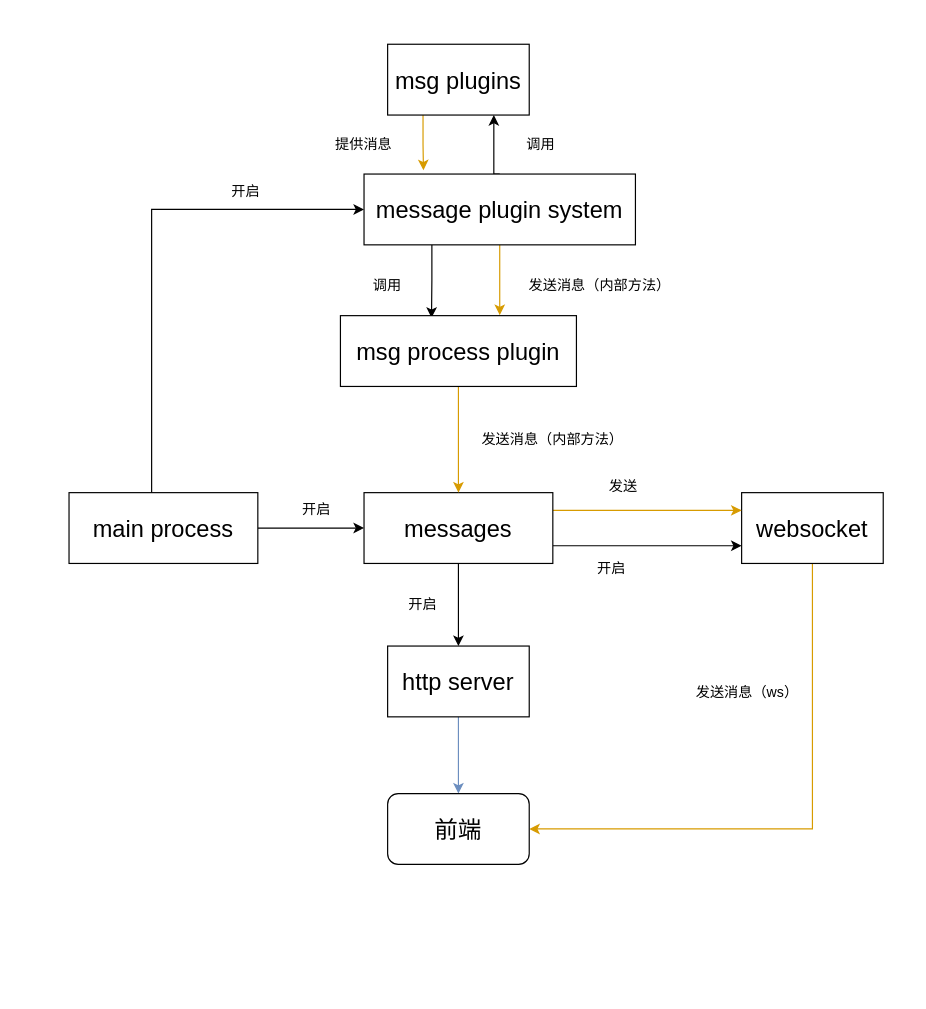
The draw.io diagram docs/design.drawio in northgreen/ictye-live-dm, before the edit. Source tidied: cells renumbered, new cells numbered last; positions are measured from the earlier drawing's top-left corner, leaving out a move shared by most shapes. Both pictures are drawn from the tidied source at 118%, with x=0, y=0 at pixel (68, 44).
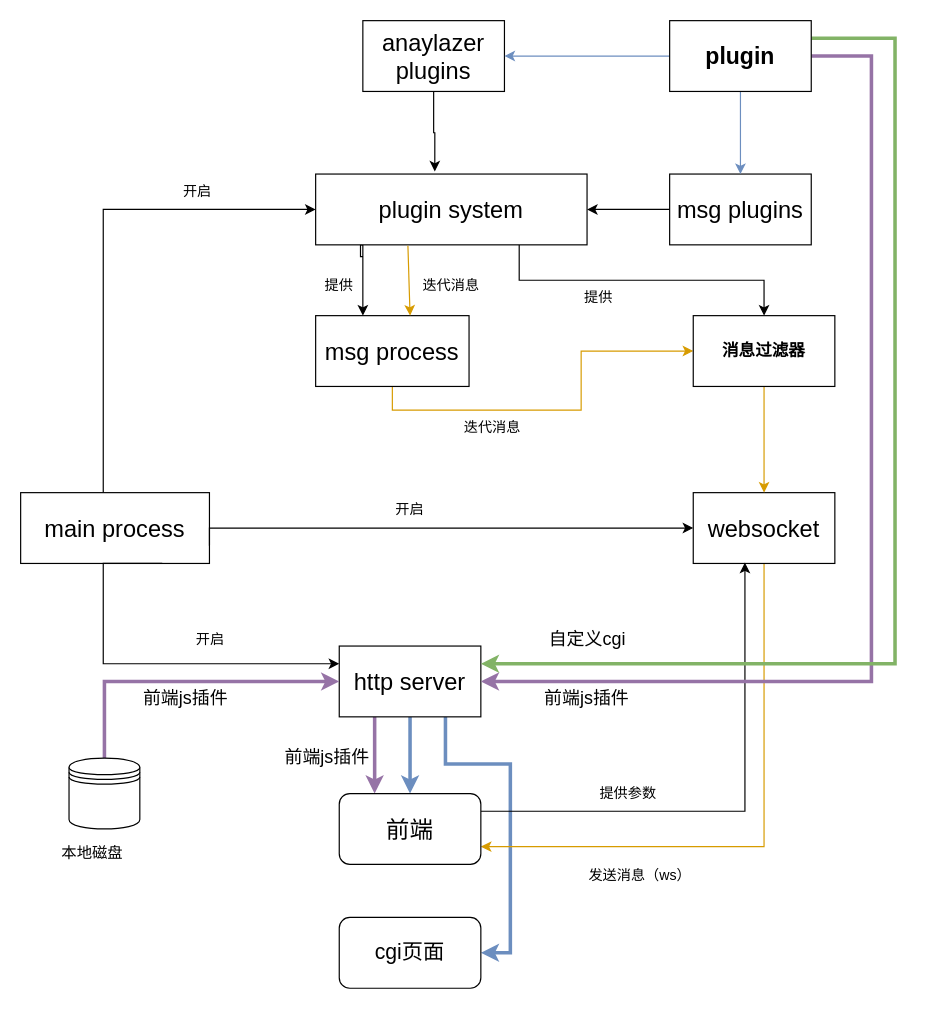
After the change.

What changed in the source:
```diff
@@
     <mxCell id="2" style="edgeStyle=orthogonalEdgeStyle;rounded=0;jettySize=auto;html=1;entryX=0;entryY=0.5;entryDx=0;entryDy=0;" parent="1" edge="1" source="4" target="12">
       <mxGeometry relative="1" as="geometry">
         <Array as="points">
-          <mxPoint x="70" y="140" />
+          <mxPoint x="29" y="140" />
         </Array>
       </mxGeometry>
     </mxCell>
-    <mxCell id="3" style="edgeStyle=orthogonalEdgeStyle;rounded=0;jettySize=auto;html=1;entryX=0;entryY=0.5;entryDx=0;entryDy=0;" parent="1" edge="1" source="4" target="16">
-      <mxGeometry relative="1" as="geometry" />
-    </mxCell>
     <mxCell id="4" value="&lt;font style=&quot;font-size: 20px;&quot;&gt;main process&lt;/font&gt;" style="rounded=0;whiteSpace=wrap;html=1;" parent="1" vertex="1">
-      <mxGeometry y="380" width="160" height="60" as="geometry" />
+      <mxGeometry x="-41" y="380" width="160" height="60" as="geometry" />
     </mxCell>
-    <mxCell id="5" style="edgeStyle=orthogonalEdgeStyle;rounded=0;jettySize=auto;html=1;fillColor=#dae8fc;strokeColor=#6c8ebf;" parent="1" edge="1" source="6" target="25">
+    <mxCell id="5" style="edgeStyle=orthogonalEdgeStyle;rounded=0;jettySize=auto;html=1;fillColor=#dae8fc;strokeColor=#6c8ebf;strokeWidth=3;" parent="1" edge="1" source="6" target="25">
       <mxGeometry relative="1" as="geometry" />
     </mxCell>
+    <mxCell id="33" style="edgeStyle=orthogonalEdgeStyle;rounded=0;jettySize=auto;html=1;exitX=0.25;exitY=1;exitDx=0;exitDy=0;entryX=0.25;entryY=0;entryDx=0;entryDy=0;strokeWidth=3;fontSize=13;fillColor=#e1d5e7;strokeColor=#9673a6;" parent="1" edge="1" source="6" target="25">
+      <mxGeometry relative="1" as="geometry" />
+    </mxCell>
+    <mxCell id="34" style="edgeStyle=orthogonalEdgeStyle;rounded=0;jettySize=auto;html=1;exitX=0.75;exitY=1;exitDx=0;exitDy=0;entryX=1;entryY=0.5;entryDx=0;entryDy=0;strokeWidth=3;fontSize=13;fillColor=#dae8fc;strokeColor=#6c8ebf;" parent="1" edge="1" source="6" target="55">
+      <mxGeometry relative="1" as="geometry">
+        <Array as="points">
+          <mxPoint x="319" y="610" />
+          <mxPoint x="374" y="610" />
+          <mxPoint x="374" y="770" />
+        </Array>
+      </mxGeometry>
+    </mxCell>
     <mxCell id="6" value="&lt;font style=&quot;font-size: 20px;&quot;&gt;http server&lt;/font&gt;" style="rounded=0;whiteSpace=wrap;html=1;" parent="1" vertex="1">
-      <mxGeometry x="270" y="510" width="120" height="60" as="geometry" />
+      <mxGeometry x="229" y="510" width="120" height="60" as="geometry" />
     </mxCell>
-    <mxCell id="7" style="edgeStyle=orthogonalEdgeStyle;rounded=0;jettySize=auto;html=1;entryX=1;entryY=0.5;entryDx=0;entryDy=0;fillColor=#ffe6cc;strokeColor=#d79b00;" parent="1" edge="1" source="8" target="25">
+    <mxCell id="7" style="edgeStyle=orthogonalEdgeStyle;rounded=0;jettySize=auto;html=1;entryX=1;entryY=0.75;entryDx=0;entryDy=0;fillColor=#ffe6cc;strokeColor=#d79b00;" parent="1" edge="1" source="8" target="25">
       <mxGeometry relative="1" as="geometry">
         <Array as="points">
-          <mxPoint x="630" y="665" />
+          <mxPoint x="589" y="680" />
         </Array>
       </mxGeometry>
     </mxCell>
     <mxCell id="8" value="&lt;font style=&quot;font-size: 20px;&quot;&gt;websocket&lt;/font&gt;" style="rounded=0;whiteSpace=wrap;html=1;" parent="1" vertex="1">
-      <mxGeometry x="570" y="380" width="120" height="60" as="geometry" />
+      <mxGeometry x="529" y="380" width="120" height="60" as="geometry" />
     </mxCell>
-    <mxCell id="9" style="edgeStyle=orthogonalEdgeStyle;rounded=0;jettySize=auto;html=1;exitX=0.5;exitY=0;exitDx=0;exitDy=0;entryX=0.75;entryY=1;entryDx=0;entryDy=0;" parent="1" edge="1" source="12" target="23">
-      <mxGeometry relative="1" as="geometry">
-        <Array as="points">
-          <mxPoint x="360" y="110" />
-        </Array>
-      </mxGeometry>
-    </mxCell>
-    <mxCell id="10" style="edgeStyle=orthogonalEdgeStyle;rounded=0;jettySize=auto;html=1;exitX=0.25;exitY=1;exitDx=0;exitDy=0;entryX=0.386;entryY=0.031;entryDx=0;entryDy=0;entryPerimeter=0;" parent="1" edge="1" source="12" target="30">
-      <mxGeometry relative="1" as="geometry" />
+    <mxCell id="10" style="edgeStyle=orthogonalEdgeStyle;rounded=0;jettySize=auto;html=1;" parent="1" edge="1" target="30">
+      <mxGeometry relative="1" as="geometry">
+        <mxPoint x="249" y="180" as="sourcePoint" />
+        <Array as="points">
+          <mxPoint x="247" y="170" />
+          <mxPoint x="249" y="170" />
+        </Array>
+      </mxGeometry>
     </mxCell>
-    <mxCell id="11" style="edgeStyle=orthogonalEdgeStyle;rounded=0;jettySize=auto;html=1;exitX=0.5;exitY=1;exitDx=0;exitDy=0;entryX=0.675;entryY=-0.007;entryDx=0;entryDy=0;entryPerimeter=0;fillColor=#ffe6cc;strokeColor=#d79b00;" parent="1" edge="1" source="12" target="30">
-      <mxGeometry relative="1" as="geometry" />
-    </mxCell>
+    <mxCell id="35" style="edgeStyle=orthogonalEdgeStyle;rounded=0;jettySize=auto;html=1;exitX=0.75;exitY=1;exitDx=0;exitDy=0;fontSize=13;" parent="1" edge="1" source="12" target="40">
+      <mxGeometry relative="1" as="geometry" />
+    </mxCell>
-    <mxCell id="12" value="&lt;font style=&quot;font-size: 20px;&quot;&gt;message plugin system&lt;/font&gt;" style="rounded=0;whiteSpace=wrap;html=1;" parent="1" vertex="1">
-      <mxGeometry x="250" y="110" width="230" height="60" as="geometry" />
+    <mxCell id="12" value="&lt;font style=&quot;font-size: 20px;&quot;&gt;plugin system&lt;/font&gt;" style="rounded=0;whiteSpace=wrap;html=1;" parent="1" vertex="1">
+      <mxGeometry x="209" y="110" width="230" height="60" as="geometry" />
     </mxCell>
-    <mxCell id="13" style="edgeStyle=orthogonalEdgeStyle;rounded=0;jettySize=auto;html=1;" parent="1" edge="1" source="16" target="6">
-      <mxGeometry relative="1" as="geometry" />
+    <mxCell id="13" style="edgeStyle=orthogonalEdgeStyle;rounded=0;jettySize=auto;html=1;exitX=0.75;exitY=1;exitDx=0;exitDy=0;entryX=0;entryY=0.25;entryDx=0;entryDy=0;" parent="1" edge="1" source="4" target="6">
+      <mxGeometry relative="1" as="geometry">
+        <Array as="points">
+          <mxPoint x="29" y="440" />
+          <mxPoint x="29" y="525" />
+        </Array>
+      </mxGeometry>
     </mxCell>
-    <mxCell id="14" style="edgeStyle=orthogonalEdgeStyle;rounded=0;jettySize=auto;html=1;entryX=0;entryY=0.75;entryDx=0;entryDy=0;exitX=1;exitY=0.75;exitDx=0;exitDy=0;" parent="1" edge="1" source="16" target="8">
+    <mxCell id="14" style="edgeStyle=orthogonalEdgeStyle;rounded=0;jettySize=auto;html=1;exitX=1;exitY=0.75;exitDx=0;exitDy=0;" parent="1" edge="1" source="4">
       <mxGeometry relative="1" as="geometry">
+        <mxPoint x="529" y="410" as="targetPoint" />
         <Array as="points">
-          <mxPoint x="500" y="425" />
-          <mxPoint x="500" y="425" />
+          <mxPoint x="119" y="410" />
+          <mxPoint x="529" y="410" />
         </Array>
       </mxGeometry>
     </mxCell>
-    <mxCell id="15" style="edgeStyle=orthogonalEdgeStyle;rounded=0;jettySize=auto;html=1;exitX=1;exitY=0.25;exitDx=0;exitDy=0;entryX=0;entryY=0.25;entryDx=0;entryDy=0;fillColor=#ffe6cc;strokeColor=#d79b00;" parent="1" edge="1" source="16" target="8">
-      <mxGeometry relative="1" as="geometry" />
-    </mxCell>
-    <mxCell id="16" value="&lt;font style=&quot;font-size: 20px;&quot;&gt;messages&lt;/font&gt;" style="rounded=0;whiteSpace=wrap;html=1;" parent="1" vertex="1">
-      <mxGeometry x="250" y="380" width="160" height="60" as="geometry" />
-    </mxCell>
     <mxCell id="17" value="开启" style="text;html=1;strokeColor=none;fillColor=none;align=center;verticalAlign=middle;whiteSpace=wrap;rounded=0;" parent="1" vertex="1">
-      <mxGeometry x="120" y="110" width="60" height="30" as="geometry" />
+      <mxGeometry x="79" y="110" width="60" height="30" as="geometry" />
     </mxCell>
-    <mxCell id="18" value="开启" style="text;html=1;strokeColor=none;fillColor=none;align=center;verticalAlign=middle;whiteSpace=wrap;rounded=0;" parent="1" vertex="1">
-      <mxGeometry x="180" y="380" width="60" height="30" as="geometry" />
-    </mxCell>
     <mxCell id="19" value="开启" style="text;html=1;strokeColor=none;fillColor=none;align=center;verticalAlign=middle;whiteSpace=wrap;rounded=0;" parent="1" vertex="1">
-      <mxGeometry x="270" y="460" width="60" height="30" as="geometry" />
+      <mxGeometry x="90" y="490" width="60" height="30" as="geometry" />
     </mxCell>
     <mxCell id="20" value="开启" style="text;html=1;strokeColor=none;fillColor=none;align=center;verticalAlign=middle;whiteSpace=wrap;rounded=0;" parent="1" vertex="1">
-      <mxGeometry x="430" y="430" width="60" height="30" as="geometry" />
+      <mxGeometry x="259" y="380" width="60" height="30" as="geometry" />
     </mxCell>
-    <mxCell id="21" value="发送消息（内部方法）" style="text;html=1;strokeColor=none;fillColor=none;align=center;verticalAlign=middle;whiteSpace=wrap;rounded=0;" parent="1" vertex="1">
-      <mxGeometry x="380" y="190" width="140" height="30" as="geometry" />
-    </mxCell>
-    <mxCell id="22" style="edgeStyle=orthogonalEdgeStyle;rounded=0;jettySize=auto;html=1;exitX=0.25;exitY=1;exitDx=0;exitDy=0;fillColor=#ffe6cc;strokeColor=#d79b00;entryX=0.219;entryY=-0.052;entryDx=0;entryDy=0;entryPerimeter=0;" parent="1" edge="1" source="23" target="12">
+    <mxCell id="22" style="edgeStyle=orthogonalEdgeStyle;rounded=0;jettySize=auto;html=1;exitX=0;exitY=0.5;exitDx=0;exitDy=0;entryX=1;entryY=0.5;entryDx=0;entryDy=0;" parent="1" edge="1" source="23" target="12">
       <mxGeometry relative="1" as="geometry" />
     </mxCell>
     <mxCell id="23" value="&lt;font style=&quot;font-size: 20px;&quot;&gt;msg plugins&lt;/font&gt;" style="rounded=0;whiteSpace=wrap;html=1;" parent="1" vertex="1">
-      <mxGeometry x="270" width="120" height="60" as="geometry" />
+      <mxGeometry x="509" y="110" width="120" height="60" as="geometry" />
     </mxCell>
-    <mxCell id="24" value="调用" style="text;html=1;strokeColor=none;fillColor=none;align=center;verticalAlign=middle;whiteSpace=wrap;rounded=0;" parent="1" vertex="1">
-      <mxGeometry x="370" y="70" width="60" height="30" as="geometry" />
-    </mxCell>
+    <mxCell id="36" style="edgeStyle=orthogonalEdgeStyle;rounded=0;jettySize=auto;html=1;exitX=1;exitY=0.25;exitDx=0;exitDy=0;entryX=0.365;entryY=0.988;entryDx=0;entryDy=0;entryPerimeter=0;" parent="1" edge="1" source="25" target="8">
+      <mxGeometry relative="1" as="geometry" />
+    </mxCell>
     <mxCell id="25" value="&lt;font style=&quot;font-size: 20px;&quot;&gt;前端&lt;/font&gt;" style="rounded=1;whiteSpace=wrap;html=1;" parent="1" vertex="1">
-      <mxGeometry x="270" y="635" width="120" height="60" as="geometry" />
+      <mxGeometry x="229" y="635" width="120" height="60" as="geometry" />
     </mxCell>
     <mxCell id="26" value="发送消息（ws）" style="text;html=1;strokeColor=none;fillColor=none;align=center;verticalAlign=middle;whiteSpace=wrap;rounded=0;" parent="1" vertex="1">
-      <mxGeometry x="530" y="535" width="90" height="30" as="geometry" />
+      <mxGeometry x="439" y="690" width="90" height="30" as="geometry" />
     </mxCell>
-    <mxCell id="27" value="提供消息" style="text;html=1;strokeColor=none;fillColor=none;align=center;verticalAlign=middle;whiteSpace=wrap;rounded=0;" parent="1" vertex="1">
-      <mxGeometry x="220" y="70" width="60" height="30" as="geometry" />
+    <mxCell id="27" value="迭代消息" style="text;html=1;strokeColor=none;fillColor=none;align=center;verticalAlign=middle;whiteSpace=wrap;rounded=0;" parent="1" vertex="1">
+      <mxGeometry x="294" y="190" width="60" height="30" as="geometry" />
     </mxCell>
-    <mxCell id="28" value="发送" style="text;html=1;strokeColor=none;fillColor=none;align=center;verticalAlign=middle;whiteSpace=wrap;rounded=0;" parent="1" vertex="1">
-      <mxGeometry x="440" y="360" width="60" height="30" as="geometry" />
-    </mxCell>
-    <mxCell id="29" style="edgeStyle=orthogonalEdgeStyle;rounded=0;jettySize=auto;html=1;exitX=0.5;exitY=1;exitDx=0;exitDy=0;fillColor=#ffe6cc;strokeColor=#d79b00;" parent="1" edge="1" source="30" target="16">
+    <mxCell id="29" style="edgeStyle=orthogonalEdgeStyle;rounded=0;jettySize=auto;html=1;exitX=0.5;exitY=1;exitDx=0;exitDy=0;fillColor=#ffe6cc;strokeColor=#d79b00;entryX=0;entryY=0.5;entryDx=0;entryDy=0;" parent="1" edge="1" source="30" target="40">
       <mxGeometry relative="1" as="geometry" />
     </mxCell>
-    <mxCell id="30" value="&lt;font style=&quot;font-size: 20px;&quot;&gt;msg process plugin&lt;/font&gt;" style="rounded=0;whiteSpace=wrap;html=1;" parent="1" vertex="1">
-      <mxGeometry x="230" y="230" width="200" height="60" as="geometry" />
+    <mxCell id="30" value="&lt;font style=&quot;font-size: 20px;&quot;&gt;msg process&lt;/font&gt;" style="rounded=0;whiteSpace=wrap;html=1;" parent="1" vertex="1">
+      <mxGeometry x="209" y="230" width="130" height="60" as="geometry" />
     </mxCell>
-    <mxCell id="31" value="调用" style="text;html=1;strokeColor=none;fillColor=none;align=center;verticalAlign=middle;whiteSpace=wrap;rounded=0;" parent="1" vertex="1">
-      <mxGeometry x="240" y="190" width="60" height="30" as="geometry" />
+    <mxCell id="31" value="提供" style="text;html=1;strokeColor=none;fillColor=none;align=center;verticalAlign=middle;whiteSpace=wrap;rounded=0;" parent="1" vertex="1">
+      <mxGeometry x="199" y="190" width="60" height="30" as="geometry" />
     </mxCell>
-    <mxCell id="32" value="发送消息（内部方法）" style="text;html=1;strokeColor=none;fillColor=none;align=center;verticalAlign=middle;whiteSpace=wrap;rounded=0;" parent="1" vertex="1">
-      <mxGeometry x="340" y="320" width="140" height="30" as="geometry" />
+    <mxCell id="32" value="迭代消息" style="text;html=1;strokeColor=none;fillColor=none;align=center;verticalAlign=middle;whiteSpace=wrap;rounded=0;" parent="1" vertex="1">
+      <mxGeometry x="289" y="310" width="140" height="30" as="geometry" />
     </mxCell>
+    <mxCell id="37" value="提供参数" style="text;html=1;strokeColor=none;fillColor=none;align=center;verticalAlign=middle;whiteSpace=wrap;rounded=0;" parent="1" vertex="1">
+      <mxGeometry x="429" y="620" width="90" height="30" as="geometry" />
+    </mxCell>
+    <mxCell id="38" style="endArrow=classic;html=1;rounded=0;exitX=0.34;exitY=1.012;exitDx=0;exitDy=0;exitPerimeter=0;fillColor=#ffe6cc;strokeColor=#d79b00;" parent="1" edge="1" source="12">
+      <mxGeometry relative="1" as="geometry">
+        <mxPoint x="289" y="230" as="targetPoint" />
+      </mxGeometry>
+    </mxCell>
+    <mxCell id="39" style="edgeStyle=orthogonalEdgeStyle;rounded=0;jettySize=auto;html=1;exitX=0.5;exitY=1;exitDx=0;exitDy=0;entryX=0.5;entryY=0;entryDx=0;entryDy=0;fontSize=13;fillColor=#ffe6cc;strokeColor=#d79b00;" parent="1" edge="1" source="40" target="8">
+      <mxGeometry relative="1" as="geometry" />
+    </mxCell>
+    <mxCell id="40" value="&lt;h3&gt;消息过滤器&lt;/h3&gt;" style="rounded=0;whiteSpace=wrap;html=1;" parent="1" vertex="1">
+      <mxGeometry x="529" y="230" width="120" height="60" as="geometry" />
+    </mxCell>
+    <mxCell id="41" value="提供" style="text;html=1;strokeColor=none;fillColor=none;align=center;verticalAlign=middle;whiteSpace=wrap;rounded=0;" parent="1" vertex="1">
+      <mxGeometry x="419" y="200" width="60" height="30" as="geometry" />
+    </mxCell>
+    <mxCell id="42" style="edgeStyle=orthogonalEdgeStyle;rounded=0;jettySize=auto;html=1;exitX=0.5;exitY=1;exitDx=0;exitDy=0;entryX=0.439;entryY=-0.036;entryDx=0;entryDy=0;entryPerimeter=0;fontSize=13;" parent="1" edge="1" source="43" target="12">
+      <mxGeometry relative="1" as="geometry" />
+    </mxCell>
+    <mxCell id="43" value="&lt;font style=&quot;font-size: 20px;&quot;&gt;anaylazer plugins&lt;/font&gt;" style="rounded=0;whiteSpace=wrap;html=1;" parent="1" vertex="1">
+      <mxGeometry x="249" y="-20" width="120" height="60" as="geometry" />
+    </mxCell>
+    <mxCell id="44" style="edgeStyle=orthogonalEdgeStyle;rounded=0;jettySize=auto;html=1;exitX=0;exitY=0.5;exitDx=0;exitDy=0;entryX=1;entryY=0.5;entryDx=0;entryDy=0;fontSize=13;fillColor=#dae8fc;strokeColor=#6c8ebf;" parent="1" edge="1" source="48" target="43">
+      <mxGeometry relative="1" as="geometry" />
+    </mxCell>
+    <mxCell id="45" style="edgeStyle=orthogonalEdgeStyle;rounded=0;jettySize=auto;html=1;exitX=0.5;exitY=1;exitDx=0;exitDy=0;entryX=0.5;entryY=0;entryDx=0;entryDy=0;fontSize=13;fillColor=#dae8fc;strokeColor=#6c8ebf;" parent="1" edge="1" source="48" target="23">
+      <mxGeometry relative="1" as="geometry" />
+    </mxCell>
+    <mxCell id="46" style="edgeStyle=orthogonalEdgeStyle;rounded=0;jettySize=auto;html=1;exitX=1;exitY=0.5;exitDx=0;exitDy=0;entryX=1;entryY=0.5;entryDx=0;entryDy=0;fontSize=13;fillColor=#e1d5e7;strokeColor=#9673a6;strokeWidth=3;" parent="1" edge="1" source="48" target="6">
+      <mxGeometry relative="1" as="geometry">
+        <Array as="points">
+          <mxPoint x="680" y="10" />
+          <mxPoint x="680" y="540" />
+        </Array>
+      </mxGeometry>
+    </mxCell>
+    <mxCell id="47" style="edgeStyle=orthogonalEdgeStyle;rounded=0;jettySize=auto;html=1;exitX=1;exitY=0.25;exitDx=0;exitDy=0;entryX=1;entryY=0.25;entryDx=0;entryDy=0;strokeWidth=3;fontSize=13;fillColor=#d5e8d4;strokeColor=#82b366;" parent="1" edge="1" source="48" target="6">
+      <mxGeometry relative="1" as="geometry">
+        <Array as="points">
+          <mxPoint x="700" y="-5" />
+          <mxPoint x="700" y="525" />
+        </Array>
+      </mxGeometry>
+    </mxCell>
+    <mxCell id="48" value="&lt;h2&gt;plugin&lt;/h2&gt;" style="rounded=0;whiteSpace=wrap;html=1;fontSize=13;" parent="1" vertex="1">
+      <mxGeometry x="509" y="-20" width="120" height="60" as="geometry" />
+    </mxCell>
+    <mxCell id="49" value="&lt;h3&gt;&lt;span style=&quot;font-weight: 400;&quot;&gt;前端js插件&lt;/span&gt;&lt;/h3&gt;" style="text;html=1;strokeColor=none;fillColor=none;align=center;verticalAlign=middle;whiteSpace=wrap;rounded=0;fontSize=13;" parent="1" vertex="1">
+      <mxGeometry x="399" y="540" width="80" height="30" as="geometry" />
+    </mxCell>
+    <mxCell id="50" style="edgeStyle=orthogonalEdgeStyle;rounded=0;jettySize=auto;html=1;entryX=0;entryY=0.5;entryDx=0;entryDy=0;strokeWidth=3;fontSize=13;fillColor=#e1d5e7;strokeColor=#9673a6;exitX=0.5;exitY=0;exitDx=0;exitDy=0;" parent="1" edge="1" source="51" target="6">
+      <mxGeometry relative="1" as="geometry" />
+    </mxCell>
+    <mxCell id="51" style="shape=datastore;whiteSpace=wrap;html=1;fontSize=13;" parent="1" vertex="1">
+      <mxGeometry y="605" width="60" height="60" as="geometry" />
+    </mxCell>
+    <mxCell id="52" value="本地磁盘" style="text;html=1;strokeColor=none;fillColor=none;align=center;verticalAlign=middle;whiteSpace=wrap;rounded=0;fontSize=13;" parent="1" vertex="1">
+      <mxGeometry x="-10" y="670" width="60" height="30" as="geometry" />
+    </mxCell>
+    <mxCell id="53" value="&lt;h3&gt;&lt;span style=&quot;font-weight: 400;&quot;&gt;前端js插件&lt;/span&gt;&lt;/h3&gt;" style="text;html=1;strokeColor=none;fillColor=none;align=center;verticalAlign=middle;whiteSpace=wrap;rounded=0;fontSize=13;" parent="1" vertex="1">
+      <mxGeometry x="59" y="540" width="80" height="30" as="geometry" />
+    </mxCell>
+    <mxCell id="54" value="&lt;h3&gt;&lt;span style=&quot;font-weight: normal;&quot;&gt;自定义cgi&lt;/span&gt;&lt;/h3&gt;" style="text;html=1;strokeColor=none;fillColor=none;align=center;verticalAlign=middle;whiteSpace=wrap;rounded=0;fontSize=13;" parent="1" vertex="1">
+      <mxGeometry x="399" y="490" width="81" height="30" as="geometry" />
+    </mxCell>
+    <mxCell id="55" value="&lt;p style=&quot;font-size: 18px;&quot;&gt;cgi页面&lt;/p&gt;" style="rounded=1;whiteSpace=wrap;html=1;fontSize=13;align=center;" parent="1" vertex="1">
+      <mxGeometry x="229" y="740" width="120" height="60" as="geometry" />
+    </mxCell>
+    <mxCell id="56" value="&lt;h3&gt;&lt;span style=&quot;font-weight: 400;&quot;&gt;前端js插件&lt;/span&gt;&lt;/h3&gt;" style="text;html=1;strokeColor=none;fillColor=none;align=center;verticalAlign=middle;whiteSpace=wrap;rounded=0;fontSize=13;" parent="1" vertex="1">
+      <mxGeometry x="179" y="590" width="80" height="30" as="geometry" />
+    </mxCell>
```
